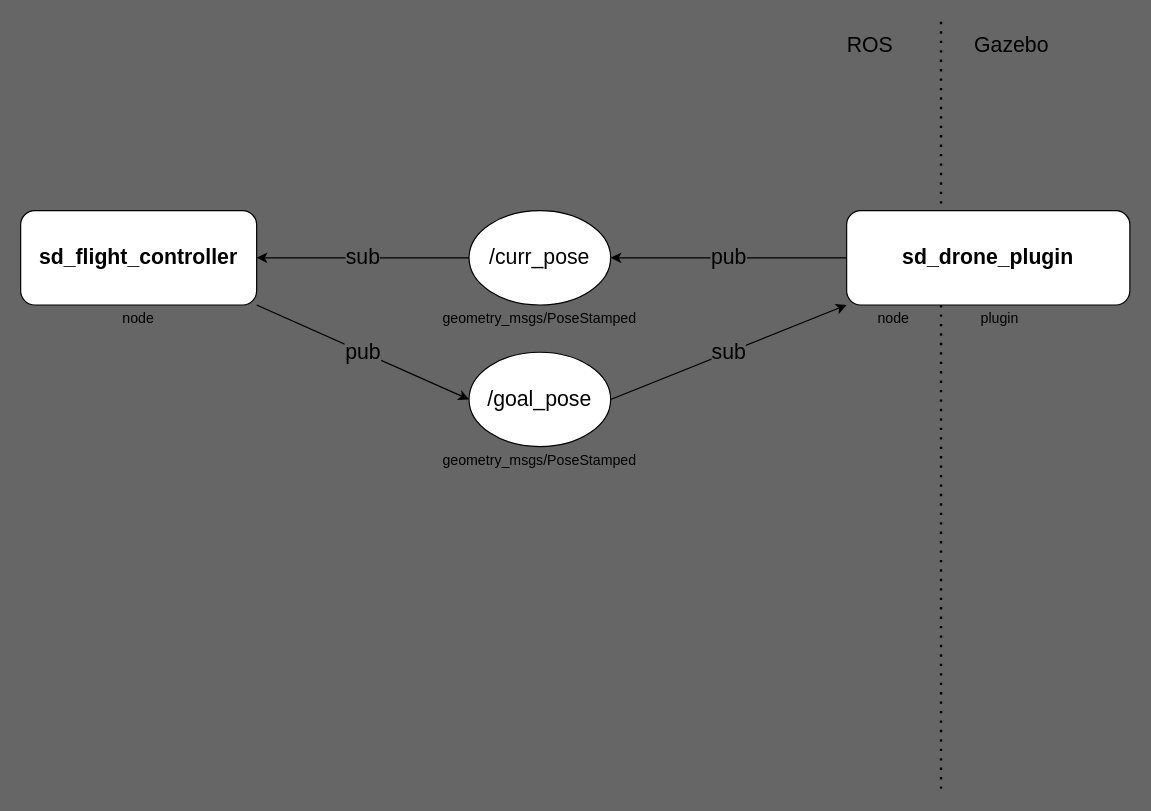
yusuf-emre-samur/swarm_defense keeps this draw.io diagram as docs/architecture/sd_flight_controller.drawio. Above is the earlier version. Source tidied: cells renumbered, new cells numbered last; positions are measured from the earlier drawing's top-left corner, leaving out a move shared by most shapes. Both pictures are drawn from the tidied source at 118%, with x=0, y=0 at pixel (20, 21).
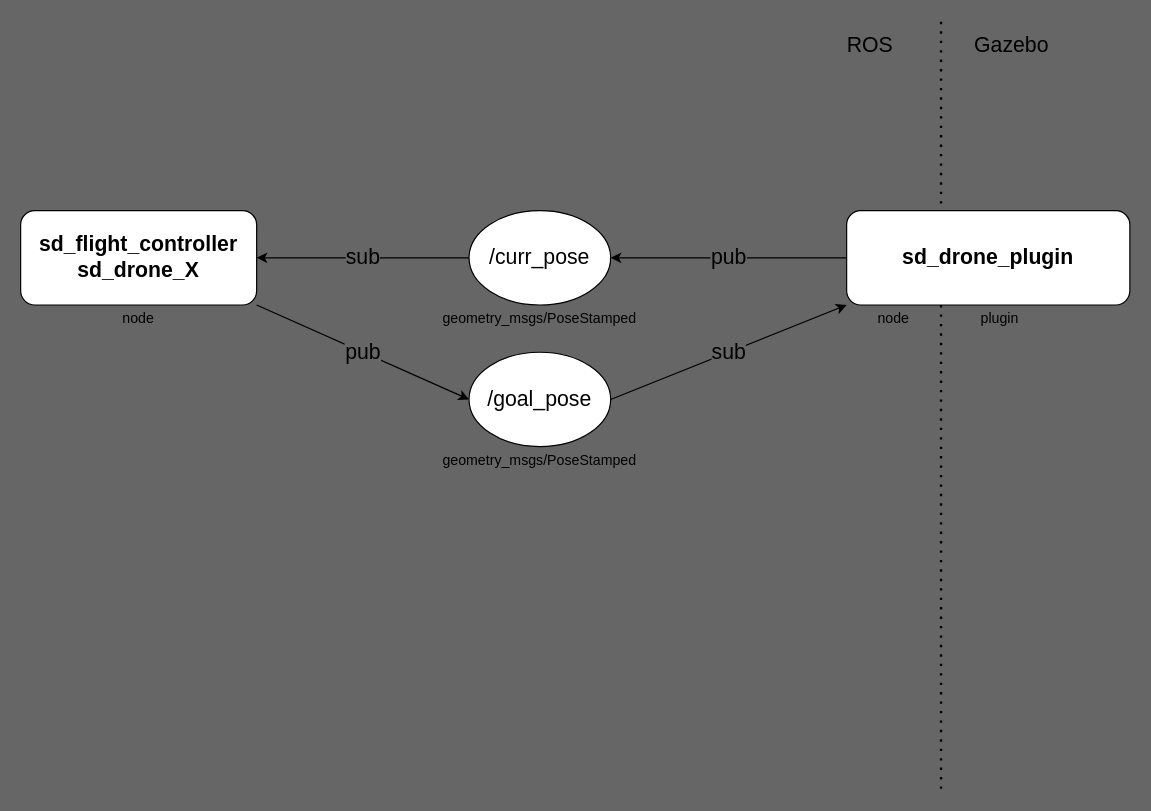
The same page after the edit.

The edit, as a diff of the source:
```diff
@@
 <mxGraphModel background="#666666">
   <root>
     <mxCell id="0" />
     <mxCell id="1" parent="0" />
     <mxCell id="2" value="pub" style="edgeStyle=none;html=1;entryX=1;entryY=0.5;entryDx=0;entryDy=0;fontSize=18;labelBackgroundColor=#666666;" parent="1" edge="1" source="17" target="6">
       <mxGeometry relative="1" as="geometry" />
     </mxCell>
     <mxCell id="3" value="Gazebo" style="text;html=1;strokeColor=none;fillColor=none;align=center;verticalAlign=middle;whiteSpace=wrap;rounded=0;fontSize=18;" parent="1" vertex="1">
       <mxGeometry x="780" width="120" height="40" as="geometry" />
     </mxCell>
     <mxCell id="4" value="ROS" style="text;html=1;strokeColor=none;fillColor=none;align=center;verticalAlign=middle;whiteSpace=wrap;rounded=0;fontSize=18;" parent="1" vertex="1">
       <mxGeometry x="660" width="120" height="40" as="geometry" />
     </mxCell>
     <mxCell id="5" value="sub" style="edgeStyle=none;html=1;entryX=1;entryY=0.5;entryDx=0;entryDy=0;fontSize=18;labelBackgroundColor=#666666;" parent="1" edge="1" source="6" target="10">
       <mxGeometry relative="1" as="geometry" />
     </mxCell>
     <mxCell id="6" value="/curr_pose" style="ellipse;whiteSpace=wrap;html=1;fontSize=18;" parent="1" vertex="1">
       <mxGeometry x="380" y="160" width="120" height="80" as="geometry" />
     </mxCell>
     <mxCell id="7" value="sub" style="edgeStyle=none;html=1;exitX=1;exitY=0.5;exitDx=0;exitDy=0;entryX=0;entryY=1;entryDx=0;entryDy=0;fontSize=18;labelBackgroundColor=#666666;" parent="1" edge="1" source="8" target="17">
       <mxGeometry relative="1" as="geometry" />
     </mxCell>
     <mxCell id="8" value="/goal_pose" style="ellipse;whiteSpace=wrap;html=1;fontSize=18;" parent="1" vertex="1">
       <mxGeometry x="380" y="280" width="120" height="80" as="geometry" />
     </mxCell>
     <mxCell id="9" value="pub" style="edgeStyle=none;html=1;exitX=1;exitY=1;exitDx=0;exitDy=0;entryX=0;entryY=0.5;entryDx=0;entryDy=0;fontSize=18;labelBackgroundColor=#666666;" parent="1" edge="1" source="10" target="8">
       <mxGeometry relative="1" as="geometry" />
     </mxCell>
-    <mxCell id="10" value="&lt;font style=&quot;font-size: 18px&quot;&gt;&lt;b&gt;sd_flight_controller&lt;/b&gt;&lt;/font&gt;" style="rounded=1;whiteSpace=wrap;html=1;glass=0;shadow=0;sketch=0;" parent="1" vertex="1">
+    <mxCell id="10" value="&lt;font style=&quot;font-size: 18px&quot;&gt;&lt;b&gt;sd_flight_controller&lt;br&gt;sd_drone_X&lt;br&gt;&lt;/b&gt;&lt;/font&gt;" style="rounded=1;whiteSpace=wrap;html=1;glass=0;shadow=0;sketch=0;" parent="1" vertex="1">
       <mxGeometry y="160" width="200" height="80" as="geometry" />
     </mxCell>
     <mxCell id="11" style="endArrow=none;dashed=1;html=1;dashPattern=1 3;strokeWidth=2;fontSize=18;" parent="1" edge="1">
       <mxGeometry relative="1" as="geometry">
         <mxPoint x="780" y="650" as="sourcePoint" />
         <mxPoint x="780" as="targetPoint" />
       </mxGeometry>
     </mxCell>
     <mxCell id="12" value="&lt;font style=&quot;font-size: 12px&quot;&gt;node&lt;/font&gt;" style="text;html=1;strokeColor=none;fillColor=none;align=center;verticalAlign=middle;whiteSpace=wrap;rounded=0;fontSize=18;" parent="1" vertex="1">
       <mxGeometry x="710" y="240" width="60" height="20" as="geometry" />
     </mxCell>
     <mxCell id="13" value="&lt;font style=&quot;font-size: 12px&quot;&gt;plugin&lt;/font&gt;" style="text;html=1;strokeColor=none;fillColor=none;align=center;verticalAlign=middle;whiteSpace=wrap;rounded=0;fontSize=18;" parent="1" vertex="1">
       <mxGeometry x="800" y="240" width="60" height="20" as="geometry" />
     </mxCell>
     <mxCell id="14" value="&lt;span style=&quot;font-size: 12px&quot;&gt;geometry_msgs/PoseStamped&lt;/span&gt;" style="text;html=1;strokeColor=none;fillColor=none;align=center;verticalAlign=middle;whiteSpace=wrap;rounded=0;fontSize=18;" parent="1" vertex="1">
       <mxGeometry x="410" y="360" width="60" height="20" as="geometry" />
     </mxCell>
     <mxCell id="15" value="&lt;font style=&quot;font-size: 12px&quot;&gt;geometry_msgs/PoseStamped&lt;/font&gt;" style="text;html=1;strokeColor=none;fillColor=none;align=center;verticalAlign=middle;whiteSpace=wrap;rounded=0;fontSize=18;" parent="1" vertex="1">
       <mxGeometry x="410" y="240" width="60" height="20" as="geometry" />
     </mxCell>
     <mxCell id="16" value="&lt;font style=&quot;font-size: 12px&quot;&gt;node&lt;/font&gt;" style="text;html=1;strokeColor=none;fillColor=none;align=center;verticalAlign=middle;whiteSpace=wrap;rounded=0;fontSize=18;" parent="1" vertex="1">
       <mxGeometry x="70" y="240" width="60" height="20" as="geometry" />
     </mxCell>
     <mxCell id="17" value="&lt;font style=&quot;font-size: 18px&quot;&gt;&lt;b&gt;sd_drone_plugin&lt;/b&gt;&lt;/font&gt;" style="rounded=1;whiteSpace=wrap;html=1;absoluteArcSize=0;noLabel=0;portConstraintRotation=0;fixDash=0;gradientColor=none;glass=0;shadow=0;sketch=0;" parent="1" vertex="1">
       <mxGeometry x="700" y="160" width="240" height="80" as="geometry" />
     </mxCell>
   </root>
 </mxGraphModel>
```
